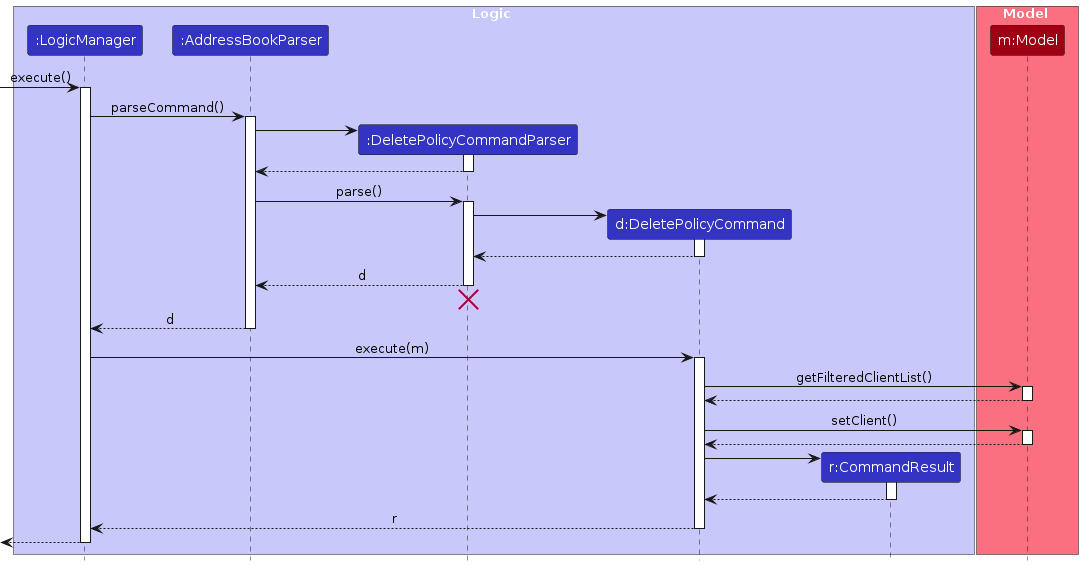
The PlantUML diagram diagrams/DeletePolicySequenceDiagram.png in AY2425S2-CS2103T-W12-2/tp, before a commit. Its source is kept beside it as diagrams/DeletePolicySequenceDiagram.puml. Its diagram source:
```plantuml
@startuml
!include style.puml
skinparam ArrowFontStyle plain

box Logic LOGIC_COLOR_T1
participant ":LogicManager" as LogicManager LOGIC_COLOR
participant ":AddressBookParser" as AddressBookParser LOGIC_COLOR
participant ":DeletePolicyCommandParser" as DeletePolicyCommandParser LOGIC_COLOR
participant "d:DeletePolicyCommand" as DeletePolicyCommand LOGIC_COLOR
participant "r:CommandResult" as CommandResult LOGIC_COLOR
end box

box Model MODEL_COLOR_T1
participant "m:Model" as Model MODEL_COLOR
end box

[-> LogicManager : execute()
activate LogicManager

LogicManager -> AddressBookParser : parseCommand()
activate AddressBookParser

create DeletePolicyCommandParser
AddressBookParser -> DeletePolicyCommandParser
activate DeletePolicyCommandParser

DeletePolicyCommandParser --> AddressBookParser
deactivate DeletePolicyCommandParser

AddressBookParser -> DeletePolicyCommandParser : parse()
activate DeletePolicyCommandParser

create DeletePolicyCommand
DeletePolicyCommandParser -> DeletePolicyCommand
activate DeletePolicyCommand

DeletePolicyCommand --> DeletePolicyCommandParser :
deactivate DeletePolicyCommand

DeletePolicyCommandParser --> AddressBookParser : d
deactivate DeletePolicyCommandParser
DeletePolicyCommandParser -[hidden]-> AddressBookParser
destroy DeletePolicyCommandParser

AddressBookParser --> LogicManager : d
deactivate AddressBookParser

LogicManager -> DeletePolicyCommand : execute(m)
activate DeletePolicyCommand

DeletePolicyCommand -> Model : getFilteredClientList()
activate Model
Model --> DeletePolicyCommand
deactivate Model

DeletePolicyCommand -> Model : setClient()
activate Model
Model --> DeletePolicyCommand
deactivate Model

create CommandResult
DeletePolicyCommand -> CommandResult
activate CommandResult

CommandResult --> DeletePolicyCommand
deactivate CommandResult

DeletePolicyCommand --> LogicManager : r
deactivate DeletePolicyCommand

[<--LogicManager
deactivate LogicManager
@enduml
```
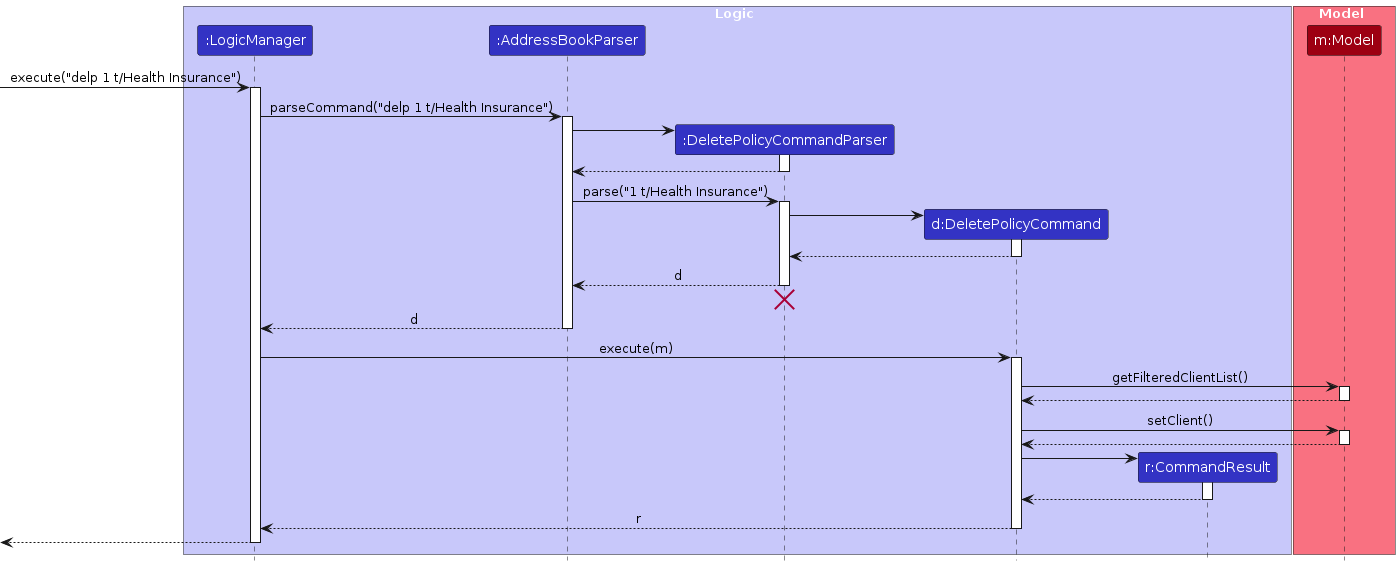
Above is the later version.

What changed in the source:
```diff
@@ -14,10 +14,10 @@
 participant "m:Model" as Model MODEL_COLOR
 end box
 
-[-> LogicManager : execute()
+[-> LogicManager : execute("delp 1 t/Health Insurance")
 activate LogicManager
 
-LogicManager -> AddressBookParser : parseCommand()
+LogicManager -> AddressBookParser : parseCommand("delp 1 t/Health Insurance")
 activate AddressBookParser
 
 create DeletePolicyCommandParser
@@ -27,7 +27,7 @@
 DeletePolicyCommandParser --> AddressBookParser
 deactivate DeletePolicyCommandParser
 
-AddressBookParser -> DeletePolicyCommandParser : parse()
+AddressBookParser -> DeletePolicyCommandParser : parse("1 t/Health Insurance")
 activate DeletePolicyCommandParser
 
 create DeletePolicyCommand
```
